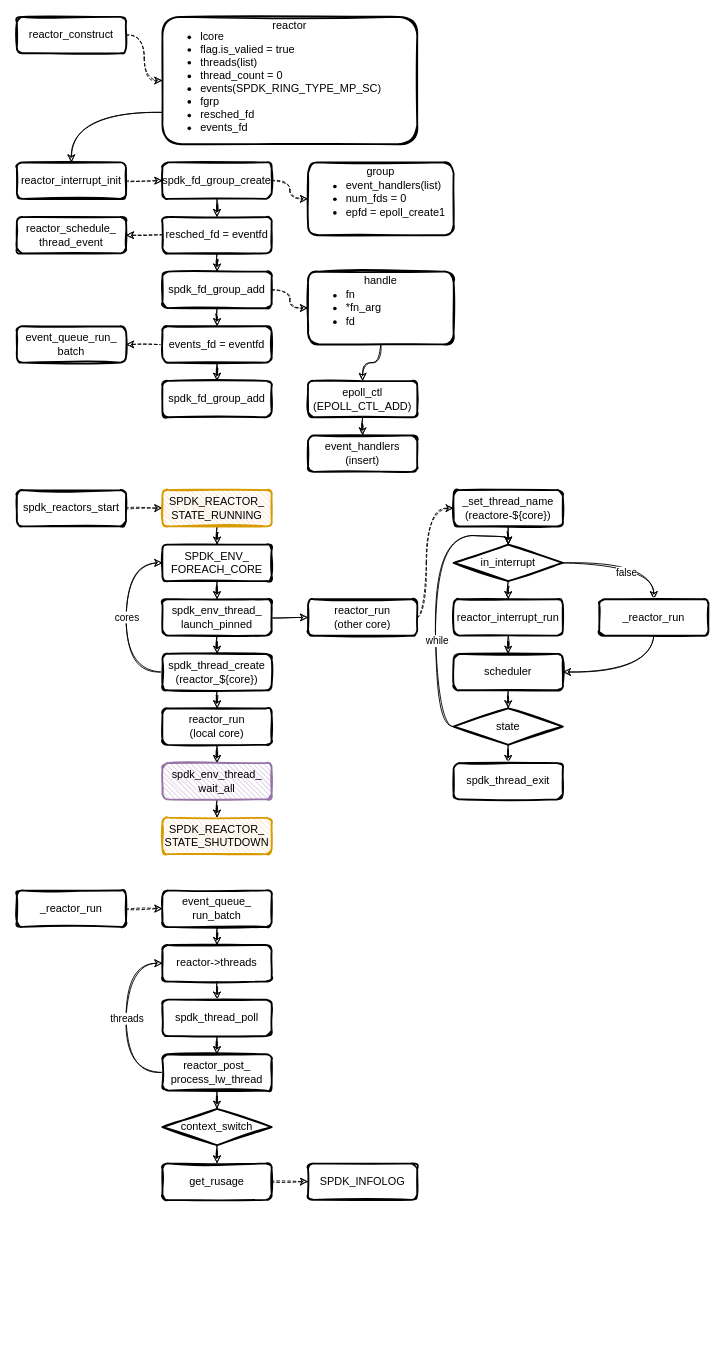
The draw.io diagram page "reactor" (2 of 5) of spdk/spdk.drawio in EarthWind/deeparch, before the edit. Source tidied: cells renumbered, new cells numbered last; positions are measured from the earlier drawing's top-left corner, leaving out a move shared by most shapes. Both pictures are drawn from the tidied source at 91%, with x=0, y=0 at pixel (16, 16).
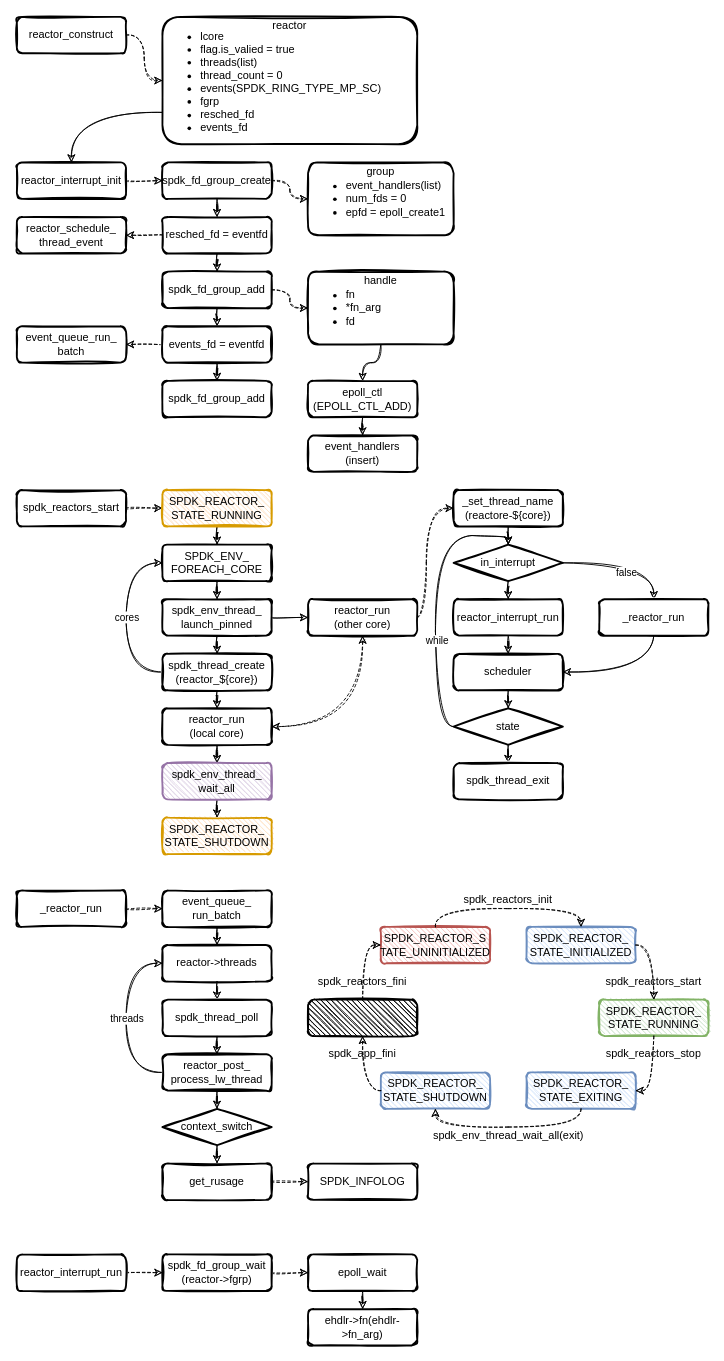
After the change.

Unchanged cells that the change refers to:
```xml
<mxCell id="46" value="reactor_run&lt;br&gt;(local core)" style="rounded=1;whiteSpace=wrap;html=1;strokeWidth=2;fillWeight=4;hachureGap=8;hachureAngle=45;sketch=1;fillColor=#FFFFFF;" parent="1" vertex="1">
  <mxGeometry x="160" y="760" width="120" height="40" as="geometry" />
</mxCell>
<mxCell id="51" value="reactor_run&lt;br&gt;(other core)" style="rounded=1;whiteSpace=wrap;html=1;strokeWidth=2;fillWeight=4;hachureGap=8;hachureAngle=45;sketch=1;fillColor=#FFFFFF;" parent="1" vertex="1">
  <mxGeometry x="320" y="640" width="120" height="40" as="geometry" />
</mxCell>
```

Diff of the diagram source:
```diff
@@
+    <mxCell id="89" style="edgeStyle=orthogonalEdgeStyle;rounded=0;jettySize=auto;html=1;entryX=1;entryY=0.5;entryDx=0;entryDy=0;exitX=0.5;exitY=1;exitDx=0;exitDy=0;curved=1;startArrow=classic;startFill=1;sketch=1;dashed=1;" parent="1" edge="1" source="51" target="46">
+      <mxGeometry relative="1" as="geometry" />
+    </mxCell>
@@
+    <mxCell id="90" style="group;" parent="1" vertex="1">
+      <mxGeometry x="320" y="960" width="440" height="280" as="geometry" />
+    </mxCell>
+    <mxCell id="91" value="SPDK_REACTOR_S&lt;br&gt;TATE_UNINITIALIZED" style="rounded=1;whiteSpace=wrap;html=1;strokeWidth=2;fillWeight=1;hachureGap=4;hachureAngle=45;sketch=1;fillColor=#f8cecc;strokeColor=#b85450;" parent="90" vertex="1">
+      <mxGeometry x="80" y="40" width="120" height="40" as="geometry" />
+    </mxCell>
+    <mxCell id="92" value="SPDK_REACTOR_&lt;br&gt;STATE_INITIALIZED" style="rounded=1;whiteSpace=wrap;html=1;strokeWidth=2;fillWeight=1;hachureGap=4;hachureAngle=45;sketch=1;fillColor=#dae8fc;strokeColor=#6c8ebf;" parent="90" vertex="1">
+      <mxGeometry x="240" y="40" width="120" height="40" as="geometry" />
+    </mxCell>
+    <mxCell id="93" style="edgeStyle=orthogonalEdgeStyle;curved=1;rounded=0;sketch=1;jettySize=auto;html=1;entryX=0.5;entryY=0;entryDx=0;entryDy=0;dashed=1;startArrow=none;startFill=0;exitX=0.5;exitY=0;exitDx=0;exitDy=0;" parent="90" edge="1" source="91" target="92">
+      <mxGeometry relative="1" as="geometry" />
+    </mxCell>
+    <mxCell id="94" value="SPDK_REACTOR_&lt;br&gt;STATE_RUNNING" style="rounded=1;whiteSpace=wrap;html=1;strokeWidth=2;fillWeight=1;hachureGap=4;hachureAngle=45;sketch=1;fillColor=#d5e8d4;strokeColor=#82b366;" parent="90" vertex="1">
+      <mxGeometry x="320" y="120" width="120" height="40" as="geometry" />
+    </mxCell>
+    <mxCell id="95" style="edgeStyle=orthogonalEdgeStyle;curved=1;rounded=0;sketch=1;jettySize=auto;html=1;entryX=0.5;entryY=0;entryDx=0;entryDy=0;dashed=1;startArrow=none;startFill=0;exitX=1;exitY=0.5;exitDx=0;exitDy=0;" parent="90" edge="1" source="92" target="94">
+      <mxGeometry relative="1" as="geometry" />
+    </mxCell>
+    <mxCell id="96" value="SPDK_REACTOR_&lt;br&gt;STATE_EXITING" style="rounded=1;whiteSpace=wrap;html=1;strokeWidth=2;fillWeight=1;hachureGap=4;hachureAngle=45;sketch=1;fillColor=#dae8fc;strokeColor=#6c8ebf;" parent="90" vertex="1">
+      <mxGeometry x="240" y="200" width="120" height="40" as="geometry" />
+    </mxCell>
+    <mxCell id="97" style="edgeStyle=orthogonalEdgeStyle;curved=1;rounded=0;sketch=1;jettySize=auto;html=1;entryX=1;entryY=0.5;entryDx=0;entryDy=0;dashed=1;startArrow=none;startFill=0;exitX=0.5;exitY=1;exitDx=0;exitDy=0;" parent="90" edge="1" source="94" target="96">
+      <mxGeometry relative="1" as="geometry" />
+    </mxCell>
+    <mxCell id="98" value="SPDK_REACTOR_&lt;br&gt;STATE_SHUTDOWN" style="rounded=1;whiteSpace=wrap;html=1;strokeWidth=2;fillWeight=1;hachureGap=4;hachureAngle=45;sketch=1;fillColor=#dae8fc;strokeColor=#6c8ebf;" parent="90" vertex="1">
+      <mxGeometry x="80" y="200" width="120" height="40" as="geometry" />
+    </mxCell>
+    <mxCell id="99" style="edgeStyle=orthogonalEdgeStyle;curved=1;rounded=0;sketch=1;jettySize=auto;html=1;dashed=1;startArrow=none;startFill=0;exitX=0.5;exitY=1;exitDx=0;exitDy=0;entryX=0.5;entryY=1;entryDx=0;entryDy=0;" parent="90" edge="1" source="96" target="98">
+      <mxGeometry relative="1" as="geometry" />
+    </mxCell>
+    <mxCell id="100" value="spdk_reactors_start" style="text;html=1;strokeColor=none;fillColor=none;align=center;verticalAlign=middle;whiteSpace=wrap;overflow=hidden;sketch=1;fillWeight=1;hachureGap=4;" parent="90" vertex="1">
+      <mxGeometry x="320" y="90" width="120" height="20" as="geometry" />
+    </mxCell>
+    <mxCell id="101" value="spdk_reactors_init" style="text;html=1;strokeColor=none;fillColor=none;align=center;verticalAlign=middle;whiteSpace=wrap;overflow=hidden;sketch=1;fillWeight=1;hachureGap=4;" parent="90" vertex="1">
+      <mxGeometry x="160" width="120" height="20" as="geometry" />
+    </mxCell>
+    <mxCell id="102" value="spdk_reactors_stop" style="text;html=1;strokeColor=none;fillColor=none;align=center;verticalAlign=middle;whiteSpace=wrap;overflow=hidden;sketch=1;fillWeight=1;hachureGap=4;" parent="90" vertex="1">
+      <mxGeometry x="320" y="170" width="120" height="20" as="geometry" />
+    </mxCell>
+    <mxCell id="103" value="spdk_env_thread_wait_all(exit)" style="text;html=1;strokeColor=none;fillColor=none;align=center;verticalAlign=middle;whiteSpace=wrap;overflow=hidden;sketch=1;fillWeight=1;hachureGap=4;" parent="90" vertex="1">
+      <mxGeometry x="132.5" y="260" width="175" height="20" as="geometry" />
+    </mxCell>
+    <mxCell id="104" value="spdk_reactors_fini" style="text;html=1;strokeColor=none;fillColor=none;align=center;verticalAlign=middle;whiteSpace=wrap;overflow=hidden;sketch=1;fillWeight=1;hachureGap=4;" parent="90" vertex="1">
+      <mxGeometry y="90" width="120" height="20" as="geometry" />
+    </mxCell>
+    <mxCell id="105" value="spdk_app_fini" style="text;html=1;strokeColor=none;fillColor=none;align=center;verticalAlign=middle;whiteSpace=wrap;overflow=hidden;sketch=1;fillWeight=1;hachureGap=4;" parent="90" vertex="1">
+      <mxGeometry y="170" width="120" height="20" as="geometry" />
+    </mxCell>
+    <mxCell id="106" style="edgeStyle=orthogonalEdgeStyle;curved=1;rounded=0;sketch=1;jettySize=auto;html=1;entryX=0;entryY=0.5;entryDx=0;entryDy=0;dashed=1;startArrow=none;startFill=0;" parent="90" edge="1" source="107" target="91">
+      <mxGeometry relative="1" as="geometry" />
+    </mxCell>
+    <mxCell id="107" style="rounded=1;whiteSpace=wrap;html=1;strokeWidth=2;fillWeight=1;hachureGap=4;hachureAngle=45;sketch=1;fillColor=#000000;" parent="90" vertex="1">
+      <mxGeometry y="120" width="120" height="40" as="geometry" />
+    </mxCell>
+    <mxCell id="108" style="edgeStyle=orthogonalEdgeStyle;curved=1;rounded=0;sketch=1;jettySize=auto;html=1;entryX=0.5;entryY=1;entryDx=0;entryDy=0;dashed=1;startArrow=none;startFill=0;exitX=0;exitY=0.5;exitDx=0;exitDy=0;" parent="90" edge="1" source="98" target="107">
+      <mxGeometry relative="1" as="geometry" />
+    </mxCell>
+    <mxCell id="109" style="edgeStyle=orthogonalEdgeStyle;curved=1;rounded=0;sketch=1;jettySize=auto;html=1;entryX=0;entryY=0.5;entryDx=0;entryDy=0;dashed=1;startArrow=none;startFill=0;" parent="1" edge="1" source="110" target="112">
+      <mxGeometry relative="1" as="geometry" />
+    </mxCell>
+    <mxCell id="110" value="reactor_interrupt_run" style="rounded=1;whiteSpace=wrap;html=1;strokeWidth=2;fillWeight=4;hachureGap=8;hachureAngle=45;sketch=1;fillColor=#FFFFFF;" parent="1" vertex="1">
+      <mxGeometry y="1360" width="120" height="40" as="geometry" />
+    </mxCell>
+    <mxCell id="111" style="edgeStyle=orthogonalEdgeStyle;curved=1;rounded=0;sketch=1;jettySize=auto;html=1;entryX=0;entryY=0.5;entryDx=0;entryDy=0;dashed=1;startArrow=none;startFill=0;" parent="1" edge="1" source="112" target="114">
+      <mxGeometry relative="1" as="geometry" />
+    </mxCell>
+    <mxCell id="112" value="spdk_fd_group_wait&lt;br&gt;(reactor-&amp;gt;fgrp)" style="rounded=1;whiteSpace=wrap;html=1;strokeWidth=2;fillWeight=4;hachureGap=8;hachureAngle=45;sketch=1;fillColor=#FFFFFF;" parent="1" vertex="1">
+      <mxGeometry x="160" y="1360" width="120" height="40" as="geometry" />
+    </mxCell>
+    <mxCell id="113" style="edgeStyle=orthogonalEdgeStyle;curved=1;rounded=0;sketch=1;jettySize=auto;html=1;entryX=0.5;entryY=0;entryDx=0;entryDy=0;startArrow=none;startFill=0;" parent="1" edge="1" source="114" target="115">
+      <mxGeometry relative="1" as="geometry" />
+    </mxCell>
+    <mxCell id="114" value="epoll_wait" style="rounded=1;whiteSpace=wrap;html=1;strokeWidth=2;fillWeight=4;hachureGap=8;hachureAngle=45;sketch=1;fillColor=#FFFFFF;" parent="1" vertex="1">
+      <mxGeometry x="320" y="1360" width="120" height="40" as="geometry" />
+    </mxCell>
+    <mxCell id="115" value="ehdlr-&amp;gt;fn(ehdlr-&amp;gt;fn_arg)" style="rounded=1;whiteSpace=wrap;html=1;strokeWidth=2;fillWeight=4;hachureGap=8;hachureAngle=45;sketch=1;fillColor=#FFFFFF;" parent="1" vertex="1">
+      <mxGeometry x="320" y="1420" width="120" height="40" as="geometry" />
+    </mxCell>
```
